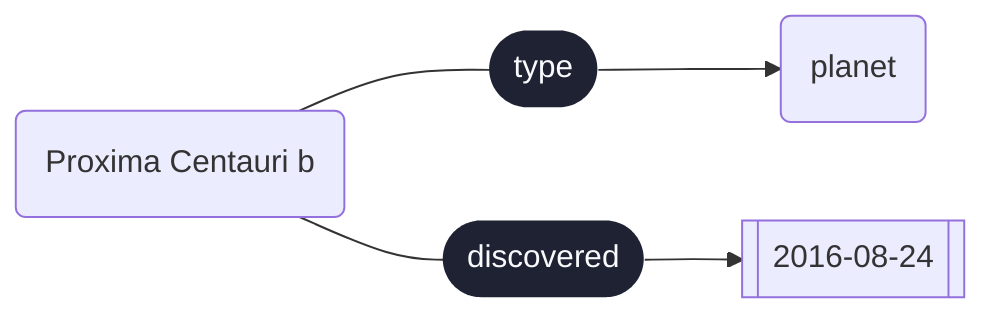
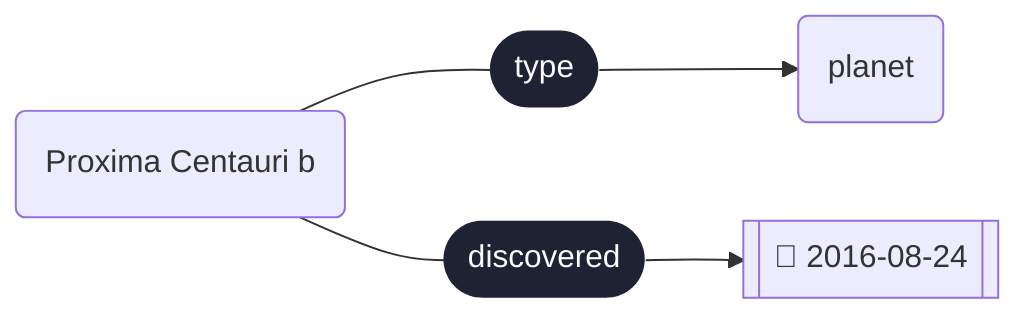
graph LR
  http___dbpedia_org_resource_Proxima_Centauri_b("Proxima Centauri b")
  click http___dbpedia_org_resource_Proxima_Centauri_b "http://dbpedia.org/resource/Proxima_Centauri_b"
  http___dbpedia_org_ontology_Planet("planet")
  click http___dbpedia_org_ontology_Planet "http://dbpedia.org/ontology/Planet"
-   Literal_27f67571cab3[["2016-08-24"]]
+   Literal_27f67571cab3[["📅 2016-08-24"]]
  http___dbpedia_org_resource_Proxima_Centauri_b --- Edge_540e00cae247(["type"])--> http___dbpedia_org_ontology_Planet
  click Edge_540e00cae247 "http://www.w3.org/1999/02/22-rdf-syntax-ns#type"
  http___dbpedia_org_resource_Proxima_Centauri_b --- Edge_a0efd4f3aa3e(["discovered"])--> Literal_27f67571cab3
  click Edge_a0efd4f3aa3e "http://dbpedia.org/property/discovered"
  classDef predicate fill:#1f2233,stroke:transparent,color:#f8fafc,stroke-width:0px;
  classDef hidden fill:transparent,stroke:transparent,color:transparent,stroke-width:0px;
  classDef nanopubdot fill:#0f172a,stroke:#0f172a,color:transparent,stroke-width:2px;
  classDef transparent fill:transparent,stroke:transparent,color:transparent,stroke-width:0px;
  class Edge_540e00cae247,Edge_a0efd4f3aa3e predicate
